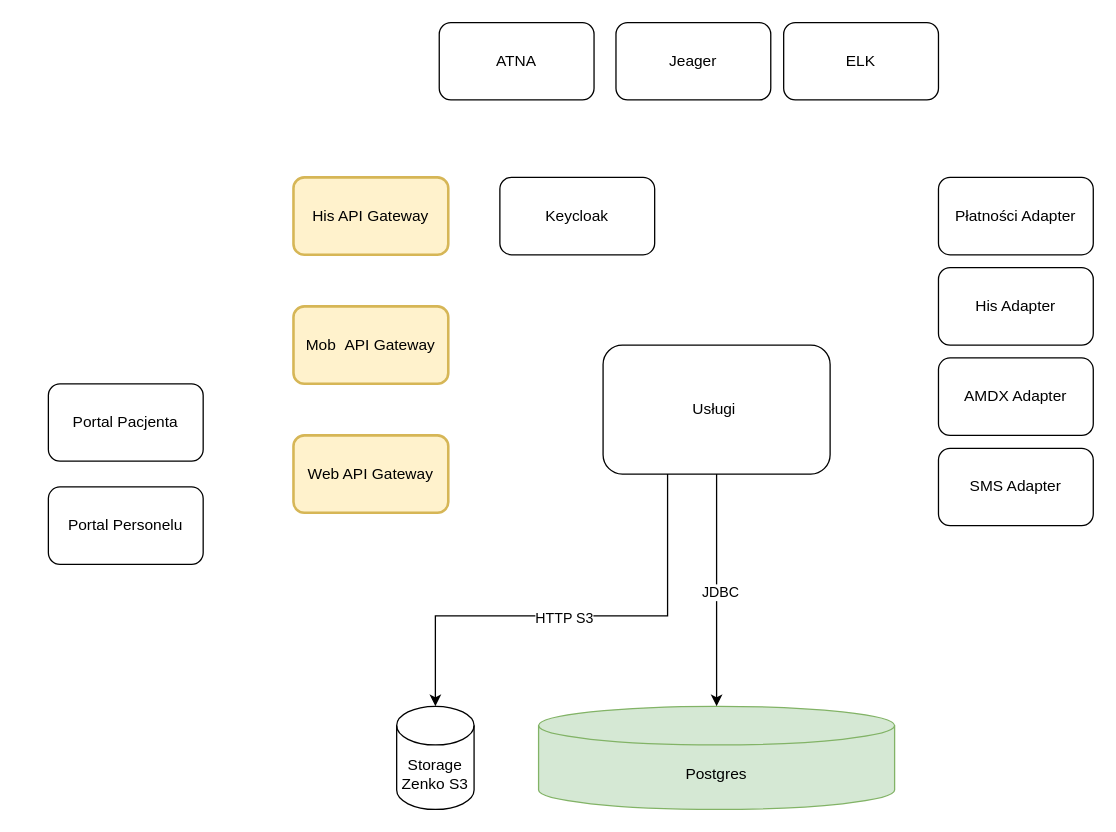
mdylewski/tests keeps this draw.io diagram as Diagram bez tytułu.drawio. Above is the earlier version. Source tidied: cells renumbered, new cells numbered last; positions are measured from the earlier drawing's top-left corner, leaving out a move shared by most shapes. Both pictures are drawn from the tidied source at 129%, with x=0, y=0 at pixel (48, 22).
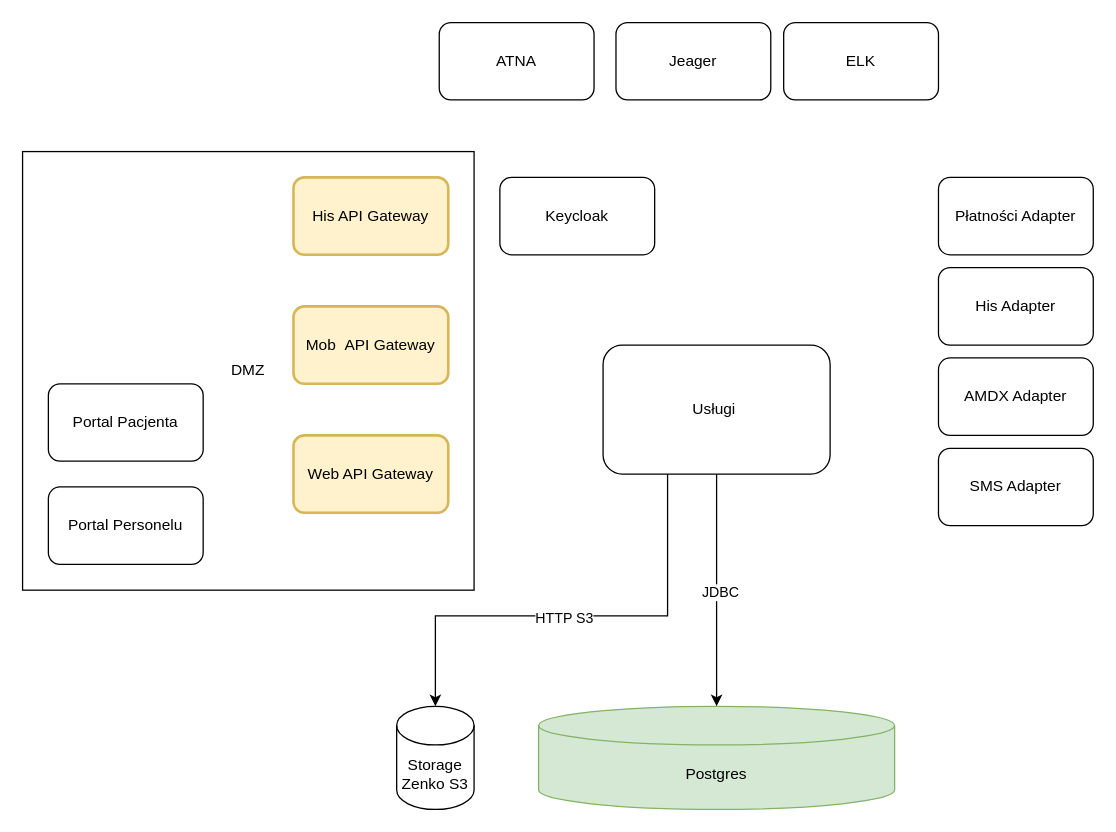
The same page after the edit.

The edit, as a diff of the source:
```diff
@@
+    <mxCell id="22" value="DMZ" style="rounded=0;whiteSpace=wrap;html=1;" parent="1" vertex="1">
+      <mxGeometry x="-20" y="100" width="350" height="340" as="geometry" />
+    </mxCell>
```
